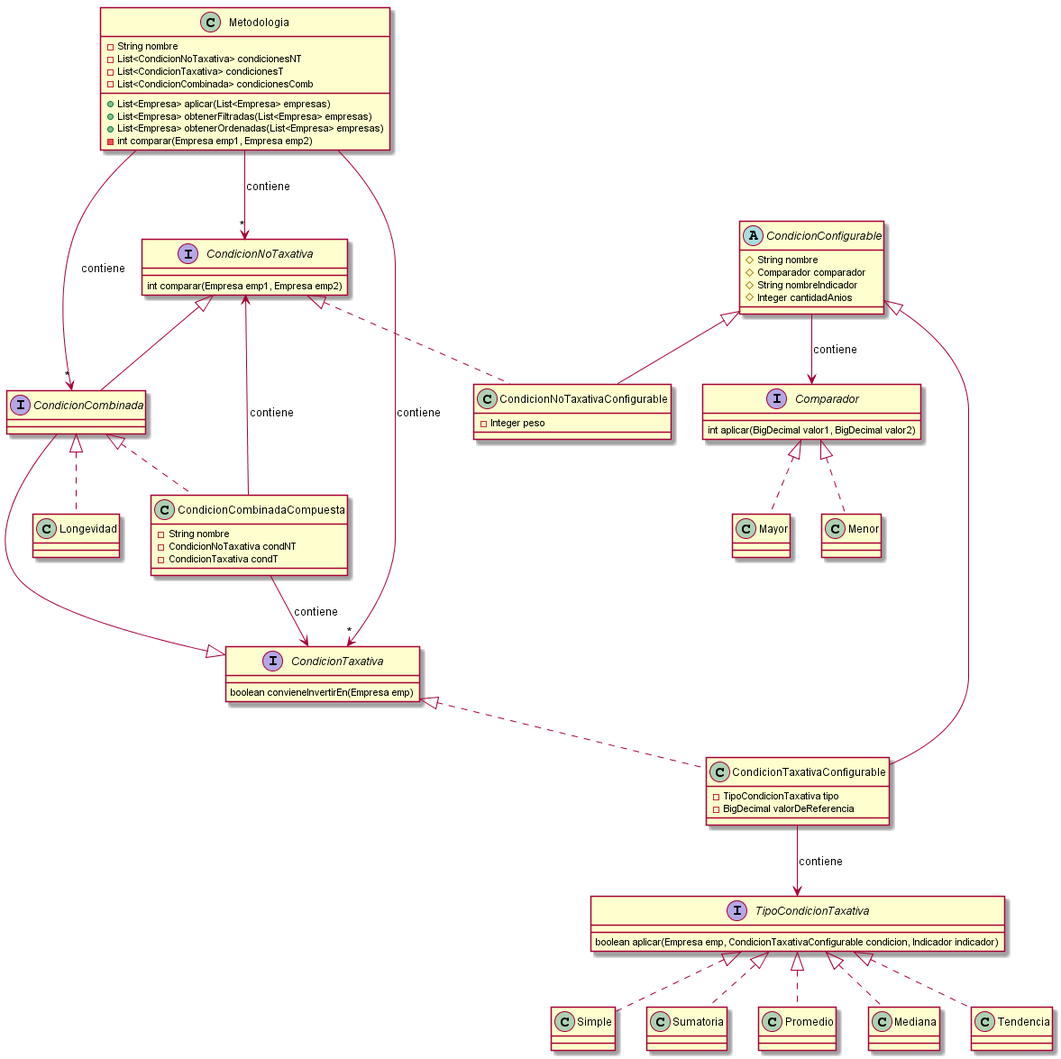
Earlier version of the PlantUML export documentacion/Entrega 3/diagramaClases-entrega3.png (AyelenG/TPDDS). Source of this version:
```plantuml
@startuml

class Metodologia [[java:model.Metodologia]] {
	-String nombre
	-List<CondicionNoTaxativa> condicionesNT
	-List<CondicionTaxativa> condicionesT
	-List<CondicionCombinada> condicionesComb
	+List<Empresa> aplicar(List<Empresa> empresas)
	+List<Empresa> obtenerFiltradas(List<Empresa> empresas)
	+List<Empresa> obtenerOrdenadas(List<Empresa> empresas)
	-int comparar(Empresa emp1, Empresa emp2)
}

interface CondicionNoTaxativa [[java:model.condiciones.notaxativas.CondicionNoTaxativa]] {
	int comparar(Empresa emp1, Empresa emp2)
}
interface CondicionTaxativa [[java:model.condiciones.taxativas.CondicionTaxativa]] {
	boolean convieneInvertirEn(Empresa emp)
}
interface CondicionCombinada [[java:model.condiciones.combinadas.CondicionCombinada]] {
}
CondicionTaxativa <|-- CondicionCombinada
CondicionNoTaxativa <|-- CondicionCombinada

abstract class CondicionConfigurable [[java:model.condiciones.CondicionConfigurable]] {
	#String nombre
	#Comparador comparador
	#String nombreIndicador
	#Integer cantidadAnios
}
class CondicionNoTaxativaConfigurable [[java:model.condiciones.notaxativas.CondicionNoTaxativaConfigurable]] {
	-Integer peso
}
CondicionConfigurable <|-- CondicionNoTaxativaConfigurable
CondicionNoTaxativa <|.. CondicionNoTaxativaConfigurable

class CondicionTaxativaConfigurable [[java:model.condiciones.taxativas.CondicionTaxativaConfigurable]] {
	-TipoCondicionTaxativa tipo
	-BigDecimal valorDeReferencia
}
CondicionConfigurable <|-- CondicionTaxativaConfigurable
CondicionTaxativa <|.. CondicionTaxativaConfigurable

class CondicionCombinadaCompuesta [[java:model.condiciones.combinadas.CondicionCombinadaCompuesta]] {
	-String nombre
	-CondicionNoTaxativa condNT
	-CondicionTaxativa condT
}
CondicionCombinada <|.. CondicionCombinadaCompuesta
CondicionCombinadaCompuesta --> CondicionNoTaxativa : contiene
CondicionCombinadaCompuesta --> CondicionTaxativa : contiene

class Longevidad [[java:model.condiciones.combinadas.Longevidad]] {
}
CondicionCombinada <|.. Longevidad

interface Comparador [[java:model.condiciones.Comparador]] {
	int aplicar(BigDecimal valor1, BigDecimal valor2)
}
class Mayor [[java:model.condiciones.Mayor]] {
}
Comparador <|.. Mayor
class Menor [[java:model.condiciones.Menor]] {
}
interface Comparador [[java:model.condiciones.Comparador]] {
}
Comparador <|.. Menor

CondicionConfigurable --> Comparador : contiene

interface TipoCondicionTaxativa [[java:model.condiciones.taxativas.TipoCondicionTaxativa]] {
	boolean aplicar(Empresa emp, CondicionTaxativaConfigurable condicion, Indicador indicador)
}
class Simple [[java:model.condiciones.taxativas.Simple]] {
}
TipoCondicionTaxativa <|.. Simple
class Sumatoria [[java:model.condiciones.taxativas.Sumatoria]] {
}
TipoCondicionTaxativa <|.. Sumatoria
class Promedio [[java:model.condiciones.taxativas.Promedio]] {
}
TipoCondicionTaxativa <|.. Promedio
class Mediana [[java:model.condiciones.taxativas.Mediana]] {
}
TipoCondicionTaxativa <|.. Mediana
class Tendencia [[java:model.condiciones.taxativas.Tendencia]] {
}
TipoCondicionTaxativa <|.. Tendencia

CondicionTaxativaConfigurable --> TipoCondicionTaxativa : contiene

Metodologia --> "*" CondicionNoTaxativa : contiene
Metodologia --> "*" CondicionTaxativa : contiene
Metodologia --> "*" CondicionCombinada : contiene

@enduml
```
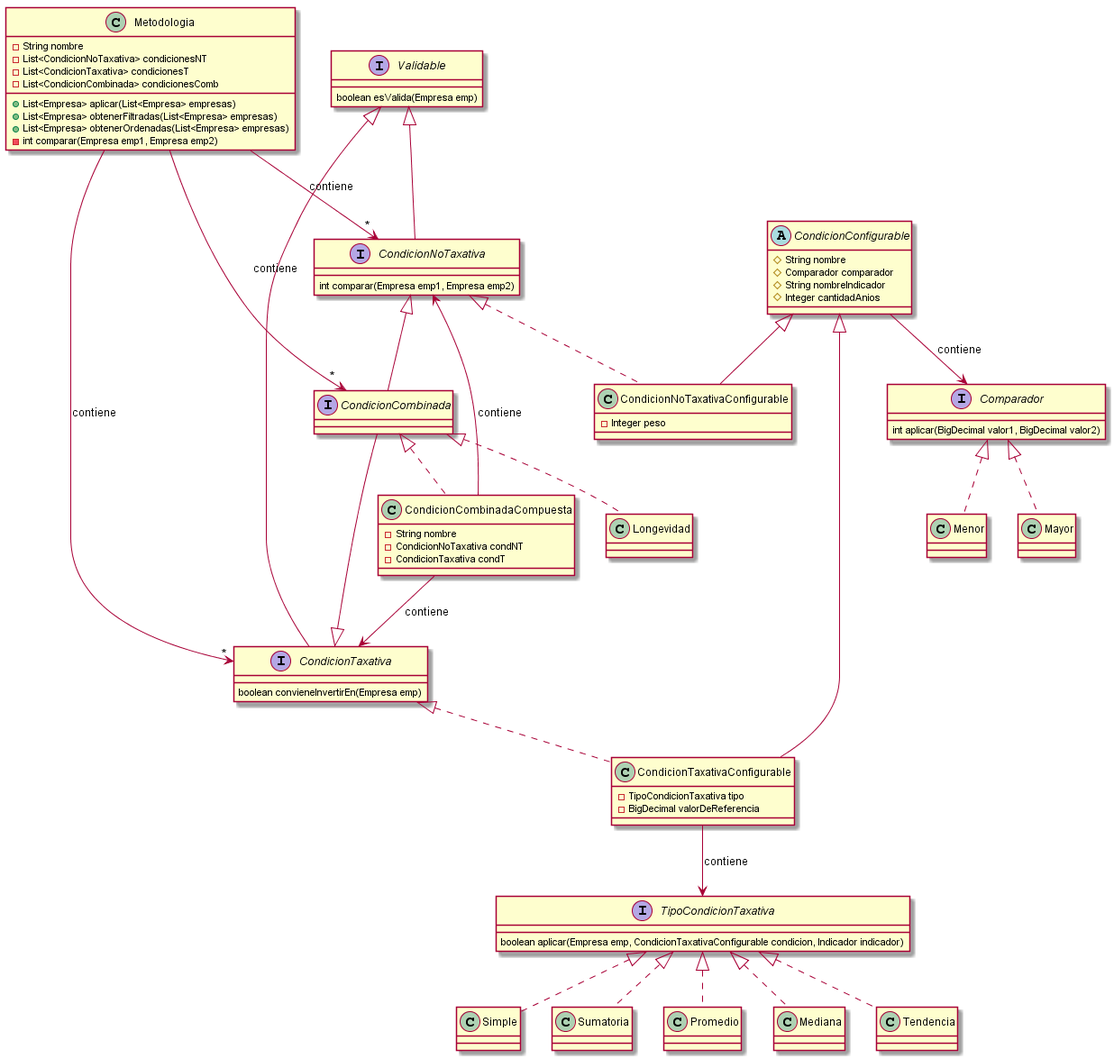
Later version of the same file.

Commit message:
Interfaz validable y correccion en boton

The edit, as a diff of the source:
```diff
@@ -11,12 +11,17 @@
 	-int comparar(Empresa emp1, Empresa emp2)
 }
 
+interface Validable [[java:model.condiciones.Validable]] {
+	boolean esValida(Empresa emp)
+}
 interface CondicionNoTaxativa [[java:model.condiciones.notaxativas.CondicionNoTaxativa]] {
 	int comparar(Empresa emp1, Empresa emp2)
 }
 interface CondicionTaxativa [[java:model.condiciones.taxativas.CondicionTaxativa]] {
 	boolean convieneInvertirEn(Empresa emp)
 }
+Validable <|-- CondicionNoTaxativa
+Validable <|-- CondicionTaxativa
 interface CondicionCombinada [[java:model.condiciones.combinadas.CondicionCombinada]] {
 }
 CondicionTaxativa <|-- CondicionCombinada
```
